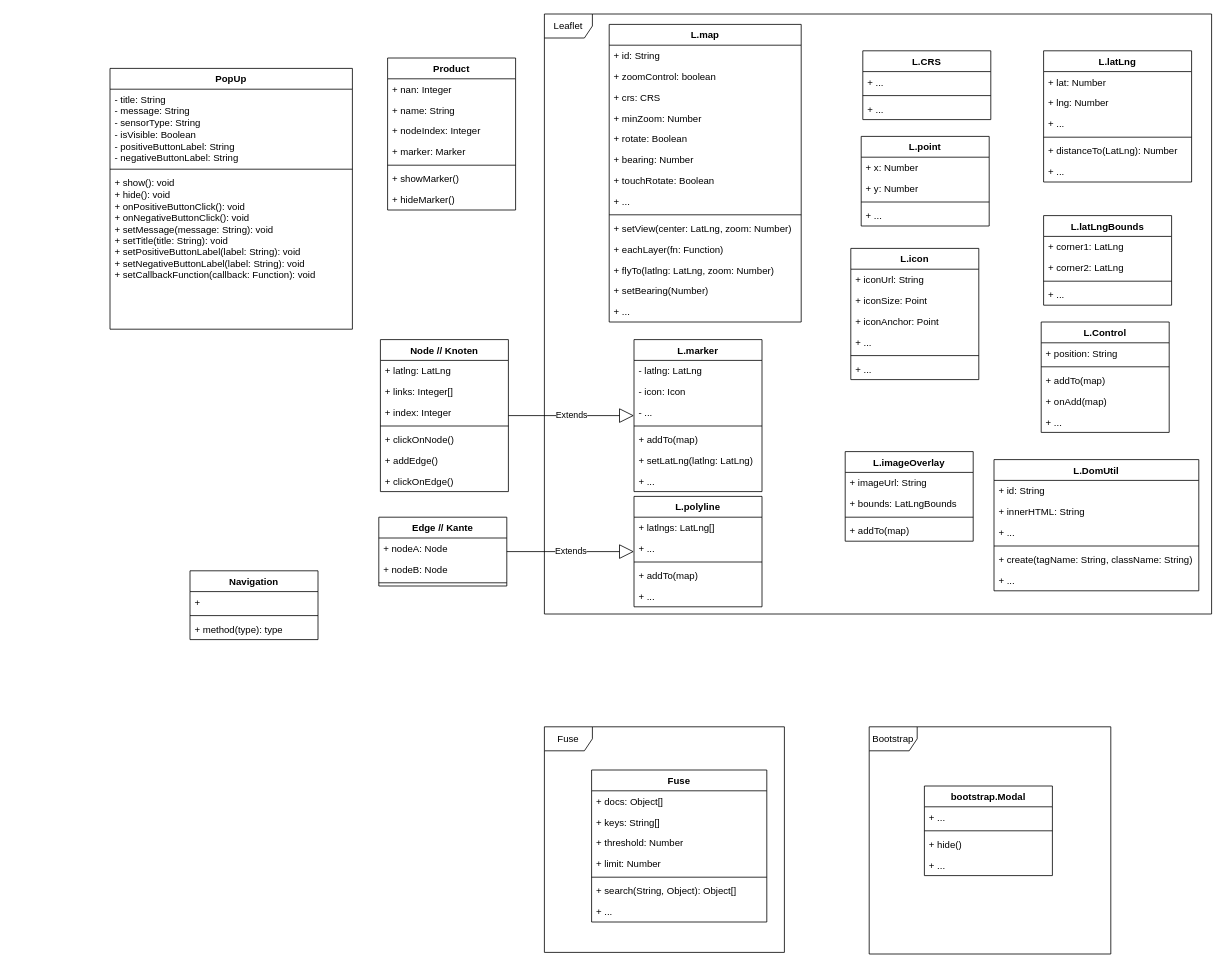
This is drawio/klassen.drawio from danielgilbers/indoor-navigation, a draw.io file, before an edit. Source tidied: cells renumbered, new cells numbered last; positions are measured from the earlier drawing's top-left corner, leaving out a move shared by most shapes. Both pictures are drawn from the tidied source at 80%, with x=0, y=0 at pixel (110, 14).
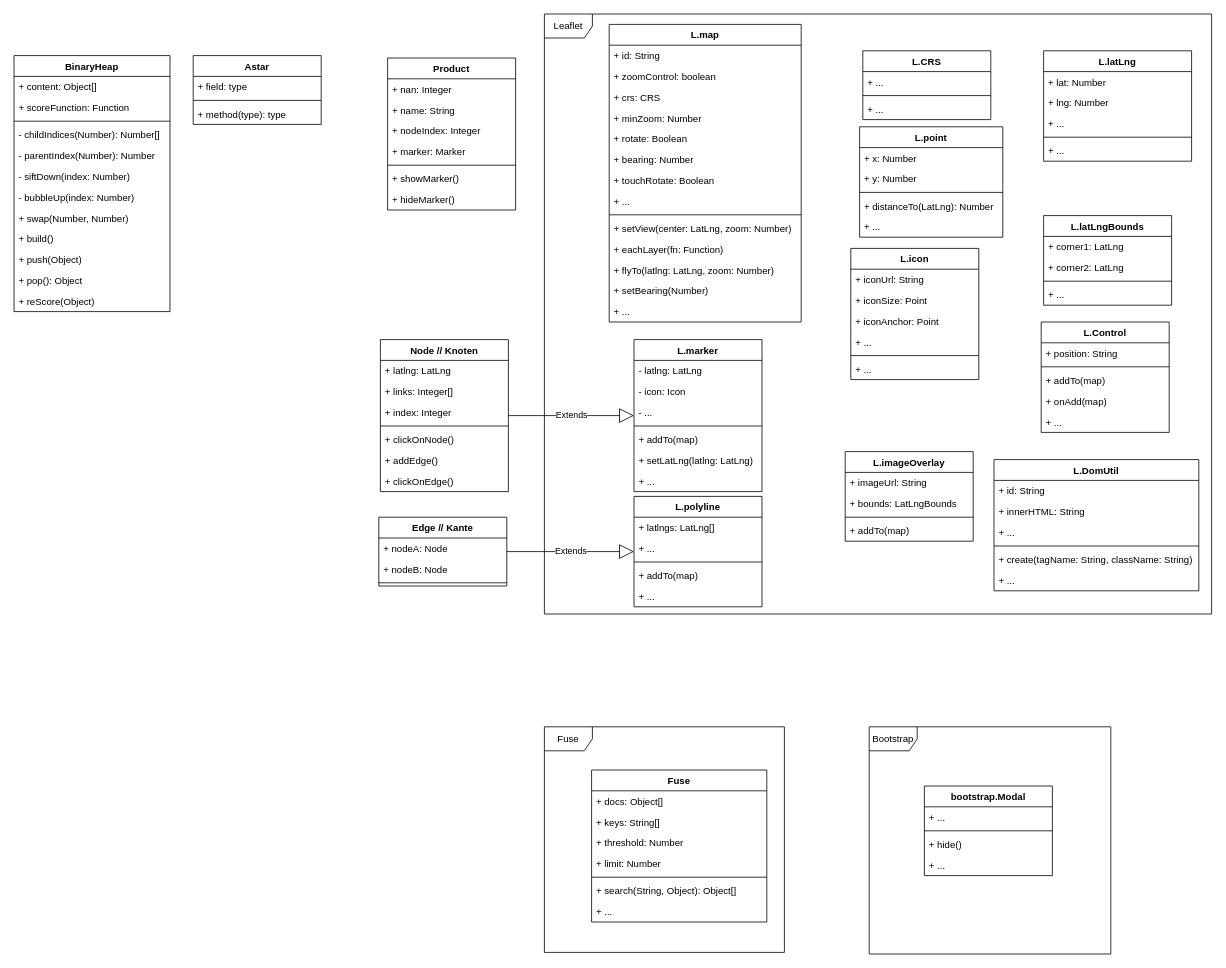
Above is the later version.

Commit message:
add BinaryHeap class

The edit, as a diff of the source:
```diff
@@
     <mxCell id="26" value="L.point" style="swimlane;fontStyle=1;align=center;verticalAlign=top;horizontal=1;startSize=26;" parent="1" vertex="1">
-      <mxGeometry x="939" y="153" width="160" height="112" as="geometry" />
+      <mxGeometry x="937" y="141" width="179" height="138" as="geometry" />
     </mxCell>
     <mxCell id="27" value="+ x: Number" style="text;strokeColor=none;fillColor=none;align=left;verticalAlign=top;spacingLeft=4;spacingRight=4;overflow=hidden;" parent="26" vertex="1">
-      <mxGeometry y="26" width="160" height="26" as="geometry" />
+      <mxGeometry y="26" width="179" height="26" as="geometry" />
     </mxCell>
     <mxCell id="28" value="+ y: Number" style="text;strokeColor=none;fillColor=none;align=left;verticalAlign=top;spacingLeft=4;spacingRight=4;overflow=hidden;" parent="26" vertex="1">
-      <mxGeometry y="52" width="160" height="26" as="geometry" />
+      <mxGeometry y="52" width="179" height="26" as="geometry" />
     </mxCell>
     <mxCell id="29" style="line;strokeWidth=1;fillColor=none;align=left;verticalAlign=middle;spacingTop=-1;spacingLeft=3;spacingRight=3;labelPosition=right;strokeColor=inherit;" parent="26" vertex="1">
-      <mxGeometry y="78" width="160" height="8" as="geometry" />
+      <mxGeometry y="78" width="179" height="8" as="geometry" />
     </mxCell>
+    <mxCell id="37" value="+ distanceTo(LatLng): Number" style="text;strokeColor=none;fillColor=none;align=left;verticalAlign=top;spacingLeft=4;spacingRight=4;overflow=hidden;" parent="26" vertex="1">
+      <mxGeometry y="86" width="179" height="26" as="geometry" />
+    </mxCell>
     <mxCell id="30" value="+ ..." style="text;strokeColor=none;fillColor=none;align=left;verticalAlign=top;spacingLeft=4;spacingRight=4;overflow=hidden;" parent="26" vertex="1">
-      <mxGeometry y="86" width="160" height="26" as="geometry" />
+      <mxGeometry y="112" width="179" height="26" as="geometry" />
     </mxCell>
@@
     <mxCell id="32" value="L.latLng" style="swimlane;fontStyle=1;align=center;verticalAlign=top;horizontal=1;startSize=26;" parent="1" vertex="1">
-      <mxGeometry x="1167" y="46" width="185" height="164" as="geometry" />
+      <mxGeometry x="1167" y="46" width="185" height="138" as="geometry" />
     </mxCell>
@@
-    <mxCell id="37" value="+ distanceTo(LatLng): Number" style="text;strokeColor=none;fillColor=none;align=left;verticalAlign=top;spacingLeft=4;spacingRight=4;overflow=hidden;" parent="32" vertex="1">
-      <mxGeometry y="112" width="185" height="26" as="geometry" />
-    </mxCell>
     <mxCell id="38" value="+ ..." style="text;strokeColor=none;fillColor=none;align=left;verticalAlign=top;spacingLeft=4;spacingRight=4;overflow=hidden;" parent="32" vertex="1">
-      <mxGeometry y="138" width="185" height="26" as="geometry" />
+      <mxGeometry y="112" width="185" height="26" as="geometry" />
     </mxCell>
@@
-    <mxCell id="93" value="PopUp" style="swimlane;fontStyle=1;align=center;verticalAlign=top;horizontal=1;startSize=26;whiteSpace=wrap;html=1;" parent="1" vertex="1">
-      <mxGeometry y="68" width="303" height="326" as="geometry" />
-    </mxCell>
-    <mxCell id="94" value="&lt;div&gt;- title: String&lt;br&gt;- message: String&lt;/div&gt;&lt;div&gt;- sensorType: String&lt;/div&gt;&lt;div&gt;- isVisible: Boolean&lt;/div&gt;&lt;div&gt;- positiveButtonLabel: String&lt;/div&gt;&lt;div&gt;- negativeButtonLabel: String&lt;/div&gt;" style="text;strokeColor=none;fillColor=none;align=left;verticalAlign=top;spacingLeft=4;spacingRight=4;overflow=hidden;whiteSpace=wrap;html=1;" parent="93" vertex="1">
-      <mxGeometry y="26" width="303" height="96" as="geometry" />
-    </mxCell>
-    <mxCell id="95" style="line;strokeWidth=1;fillColor=none;align=left;verticalAlign=middle;spacingTop=-1;spacingLeft=3;spacingRight=3;labelPosition=right;strokeColor=inherit;" parent="93" vertex="1">
-      <mxGeometry y="122" width="303" height="8" as="geometry" />
-    </mxCell>
-    <mxCell id="96" value="&lt;div&gt;+ show(): void&lt;/div&gt;&lt;div&gt;+ hide(): void&lt;/div&gt;&lt;div&gt;+ onPositiveButtonClick(): void&lt;/div&gt;&lt;div&gt;+ onNegativeButtonClick(): void&lt;/div&gt;&lt;div&gt;+ setMessage(message: String): void&lt;/div&gt;&lt;div&gt;+ setTitle(title: String): void&lt;/div&gt;&lt;div&gt;+ setPositiveButtonLabel(label: String): void&lt;/div&gt;&lt;div&gt;+ setNegativeButtonLabel(label: String): void&lt;/div&gt;&lt;div&gt;+ setCallbackFunction(callback: Function): void&lt;/div&gt;" style="text;strokeColor=none;fillColor=none;align=left;verticalAlign=top;spacingLeft=4;spacingRight=4;overflow=hidden;whiteSpace=wrap;html=1;" parent="93" vertex="1">
-      <mxGeometry y="130" width="303" height="196" as="geometry" />
-    </mxCell>
-    <mxCell id="97" value="Navigation" style="swimlane;fontStyle=1;align=center;verticalAlign=top;horizontal=1;startSize=26;whiteSpace=wrap;html=1;" parent="1" vertex="1">
-      <mxGeometry x="100" y="696" width="160" height="86" as="geometry" />
-    </mxCell>
-    <mxCell id="98" value="+&amp;nbsp;" style="text;strokeColor=none;fillColor=none;align=left;verticalAlign=top;spacingLeft=4;spacingRight=4;overflow=hidden;whiteSpace=wrap;html=1;" parent="97" vertex="1">
-      <mxGeometry y="26" width="160" height="26" as="geometry" />
-    </mxCell>
-    <mxCell id="99" style="line;strokeWidth=1;fillColor=none;align=left;verticalAlign=middle;spacingTop=-1;spacingLeft=3;spacingRight=3;labelPosition=right;strokeColor=inherit;" parent="97" vertex="1">
-      <mxGeometry y="52" width="160" height="8" as="geometry" />
-    </mxCell>
-    <mxCell id="100" value="+ method(type): type" style="text;strokeColor=none;fillColor=none;align=left;verticalAlign=top;spacingLeft=4;spacingRight=4;overflow=hidden;whiteSpace=wrap;html=1;" parent="97" vertex="1">
-      <mxGeometry y="60" width="160" height="26" as="geometry" />
-    </mxCell>
@@
+    <mxCell id="123" value="BinaryHeap" style="swimlane;fontStyle=1;align=center;verticalAlign=top;horizontal=1;startSize=26;" parent="1" vertex="1">
+      <mxGeometry x="-120" y="52" width="195" height="320" as="geometry" />
+    </mxCell>
+    <mxCell id="124" value="+ content: Object[]" style="text;strokeColor=none;fillColor=none;align=left;verticalAlign=top;spacingLeft=4;spacingRight=4;overflow=hidden;" parent="123" vertex="1">
+      <mxGeometry y="26" width="195" height="26" as="geometry" />
+    </mxCell>
+    <mxCell id="125" value="+ scoreFunction: Function" style="text;strokeColor=none;fillColor=none;align=left;verticalAlign=top;spacingLeft=4;spacingRight=4;overflow=hidden;" parent="123" vertex="1">
+      <mxGeometry y="52" width="195" height="26" as="geometry" />
+    </mxCell>
+    <mxCell id="126" style="line;strokeWidth=1;fillColor=none;align=left;verticalAlign=middle;spacingTop=-1;spacingLeft=3;spacingRight=3;labelPosition=right;strokeColor=inherit;" parent="123" vertex="1">
+      <mxGeometry y="78" width="195" height="8" as="geometry" />
+    </mxCell>
+    <mxCell id="127" value="- childIndices(Number): Number[]" style="text;strokeColor=none;fillColor=none;align=left;verticalAlign=top;spacingLeft=4;spacingRight=4;overflow=hidden;" parent="123" vertex="1">
+      <mxGeometry y="86" width="195" height="26" as="geometry" />
+    </mxCell>
+    <mxCell id="128" value="- parentIndex(Number): Number" style="text;strokeColor=none;fillColor=none;align=left;verticalAlign=top;spacingLeft=4;spacingRight=4;overflow=hidden;" parent="123" vertex="1">
+      <mxGeometry y="112" width="195" height="26" as="geometry" />
+    </mxCell>
+    <mxCell id="129" value="- siftDown(index: Number)" style="text;strokeColor=none;fillColor=none;align=left;verticalAlign=top;spacingLeft=4;spacingRight=4;overflow=hidden;" parent="123" vertex="1">
+      <mxGeometry y="138" width="195" height="26" as="geometry" />
+    </mxCell>
+    <mxCell id="130" value="- bubbleUp(index: Number)" style="text;strokeColor=none;fillColor=none;align=left;verticalAlign=top;spacingLeft=4;spacingRight=4;overflow=hidden;" parent="123" vertex="1">
+      <mxGeometry y="164" width="195" height="26" as="geometry" />
+    </mxCell>
+    <mxCell id="131" value="+ swap(Number, Number)" style="text;strokeColor=none;fillColor=none;align=left;verticalAlign=top;spacingLeft=4;spacingRight=4;overflow=hidden;" parent="123" vertex="1">
+      <mxGeometry y="190" width="195" height="26" as="geometry" />
+    </mxCell>
+    <mxCell id="132" value="+ build()" style="text;strokeColor=none;fillColor=none;align=left;verticalAlign=top;spacingLeft=4;spacingRight=4;overflow=hidden;" parent="123" vertex="1">
+      <mxGeometry y="216" width="195" height="26" as="geometry" />
+    </mxCell>
+    <mxCell id="133" value="+ push(Object)" style="text;strokeColor=none;fillColor=none;align=left;verticalAlign=top;spacingLeft=4;spacingRight=4;overflow=hidden;" parent="123" vertex="1">
+      <mxGeometry y="242" width="195" height="26" as="geometry" />
+    </mxCell>
+    <mxCell id="134" value="+ pop(): Object" style="text;strokeColor=none;fillColor=none;align=left;verticalAlign=top;spacingLeft=4;spacingRight=4;overflow=hidden;" parent="123" vertex="1">
+      <mxGeometry y="268" width="195" height="26" as="geometry" />
+    </mxCell>
+    <mxCell id="135" value="+ reScore(Object)" style="text;strokeColor=none;fillColor=none;align=left;verticalAlign=top;spacingLeft=4;spacingRight=4;overflow=hidden;" parent="123" vertex="1">
+      <mxGeometry y="294" width="195" height="26" as="geometry" />
+    </mxCell>
+    <mxCell id="136" value="Astar" style="swimlane;fontStyle=1;align=center;verticalAlign=top;horizontal=1;startSize=26;" parent="1" vertex="1">
+      <mxGeometry x="104" y="52" width="160" height="86" as="geometry" />
+    </mxCell>
+    <mxCell id="137" value="+ field: type" style="text;strokeColor=none;fillColor=none;align=left;verticalAlign=top;spacingLeft=4;spacingRight=4;overflow=hidden;" parent="136" vertex="1">
+      <mxGeometry y="26" width="160" height="26" as="geometry" />
+    </mxCell>
+    <mxCell id="99" style="line;strokeWidth=1;fillColor=none;align=left;verticalAlign=middle;spacingTop=-1;spacingLeft=3;spacingRight=3;labelPosition=right;strokeColor=inherit;" parent="136" vertex="1">
+      <mxGeometry y="52" width="160" height="8" as="geometry" />
+    </mxCell>
+    <mxCell id="100" value="+ method(type): type" style="text;strokeColor=none;fillColor=none;align=left;verticalAlign=top;spacingLeft=4;spacingRight=4;overflow=hidden;" parent="136" vertex="1">
+      <mxGeometry y="60" width="160" height="26" as="geometry" />
+    </mxCell>
```
